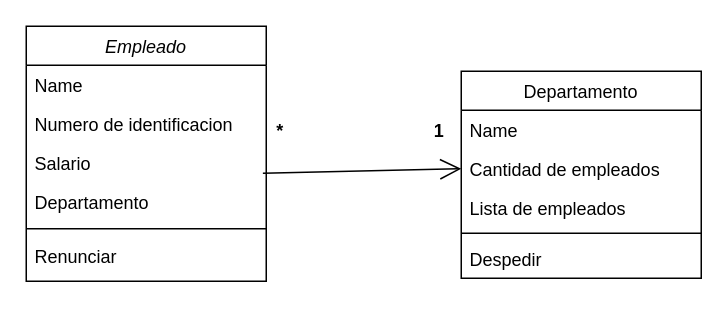
Earlier version of the draw.io diagram SistemadeGestion.drawio (AgustinaFontana/1prueba). Source tidied: cells renumbered, new cells numbered last; positions are measured from the earlier drawing's top-left corner, leaving out a move shared by most shapes. Both pictures are drawn from the tidied source at 150%, with x=0, y=0 at pixel (26, 26).
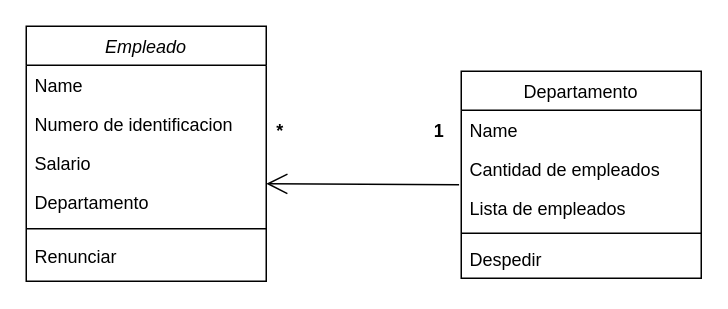
The same diagram, later.

Diff of the diagram source:
```diff
@@
 <mxGraphModel>
   <root>
     <mxCell id="0" />
     <mxCell id="1" parent="0" />
     <mxCell id="2" value="Empleado" style="swimlane;fontStyle=2;align=center;verticalAlign=top;horizontal=1;startSize=26;rounded=0;shadow=0;strokeWidth=1;" parent="1" vertex="1">
       <mxGeometry width="160" height="170" as="geometry" />
     </mxCell>
     <mxCell id="3" value="Name" style="text;align=left;verticalAlign=top;spacingLeft=4;spacingRight=4;overflow=hidden;" parent="2" vertex="1">
       <mxGeometry y="26" width="160" height="26" as="geometry" />
     </mxCell>
     <mxCell id="4" value="Numero de identificacion" style="text;align=left;verticalAlign=top;spacingLeft=4;spacingRight=4;overflow=hidden;rounded=0;shadow=0;html=0;" parent="2" vertex="1">
       <mxGeometry y="52" width="160" height="26" as="geometry" />
     </mxCell>
     <mxCell id="5" value="Salario" style="text;align=left;verticalAlign=top;spacingLeft=4;spacingRight=4;overflow=hidden;points=[[0,0.5],[1,0.5]];portConstraint=eastwest;rounded=0;shadow=0;html=0;" parent="2" vertex="1">
       <mxGeometry y="78" width="160" height="26" as="geometry" />
     </mxCell>
     <mxCell id="6" value="Departamento" style="text;align=left;verticalAlign=top;spacingLeft=4;spacingRight=4;overflow=hidden;rounded=0;shadow=0;html=0;" parent="2" vertex="1">
       <mxGeometry y="104" width="160" height="26" as="geometry" />
     </mxCell>
     <mxCell id="7" style="line;html=1;strokeWidth=1;align=left;verticalAlign=middle;spacingTop=-1;spacingLeft=3;spacingRight=3;labelPosition=right;" parent="2" vertex="1">
       <mxGeometry y="130" width="160" height="10" as="geometry" />
     </mxCell>
     <mxCell id="8" value="Renunciar" style="text;align=left;verticalAlign=top;spacingLeft=4;spacingRight=4;overflow=hidden;rounded=0;shadow=0;html=0;" parent="2" vertex="1">
       <mxGeometry y="140" width="160" height="26" as="geometry" />
     </mxCell>
     <mxCell id="9" value="Departamento" style="swimlane;fontStyle=0;align=center;verticalAlign=top;horizontal=1;startSize=26;rounded=0;shadow=0;strokeWidth=1;" parent="1" vertex="1">
       <mxGeometry x="290" y="30" width="160" height="138" as="geometry" />
     </mxCell>
     <mxCell id="10" value="Name" style="text;align=left;verticalAlign=top;spacingLeft=4;spacingRight=4;overflow=hidden;rounded=0;shadow=0;html=0;" parent="9" vertex="1">
       <mxGeometry y="26" width="160" height="26" as="geometry" />
     </mxCell>
     <mxCell id="11" value="Cantidad de empleados" style="text;align=left;verticalAlign=top;spacingLeft=4;spacingRight=4;overflow=hidden;points=[[0,0.5],[1,0.5]];portConstraint=eastwest;rounded=0;shadow=0;html=0;" parent="9" vertex="1">
       <mxGeometry y="52" width="160" height="26" as="geometry" />
     </mxCell>
     <mxCell id="12" value="Lista de empleados" style="text;align=left;verticalAlign=top;spacingLeft=4;spacingRight=4;overflow=hidden;points=[[0,0.5],[1,0.5]];portConstraint=eastwest;rounded=0;shadow=0;html=0;" parent="9" vertex="1">
       <mxGeometry y="78" width="160" height="26" as="geometry" />
     </mxCell>
     <mxCell id="13" style="line;html=1;strokeWidth=1;align=left;verticalAlign=middle;spacingTop=-1;spacingLeft=3;spacingRight=3;labelPosition=right;" parent="9" vertex="1">
       <mxGeometry y="104" width="160" height="8" as="geometry" />
     </mxCell>
     <mxCell id="14" value="Despedir" style="text;align=left;verticalAlign=top;spacingLeft=4;spacingRight=4;overflow=hidden;rounded=0;shadow=0;html=0;" parent="9" vertex="1">
       <mxGeometry y="112" width="160" height="26" as="geometry" />
     </mxCell>
-    <mxCell id="15" style="endArrow=open;endFill=1;endSize=12;html=1;rounded=0;entryX=0;entryY=0.5;entryDx=0;entryDy=0;exitX=0.986;exitY=0.768;exitDx=0;exitDy=0;exitPerimeter=0;" parent="1" edge="1" source="5" target="11">
-      <mxGeometry relative="1" as="geometry" />
+    <mxCell id="15" style="endArrow=open;endFill=1;endSize=12;html=1;rounded=0;exitX=-0.009;exitY=-0.092;exitDx=0;exitDy=0;exitPerimeter=0;" parent="1" edge="1" source="12">
+      <mxGeometry relative="1" as="geometry">
+        <mxPoint x="160" y="105" as="targetPoint" />
+      </mxGeometry>
     </mxCell>
     <mxCell id="16" value="*" style="text;align=center;fontStyle=1;verticalAlign=middle;spacingLeft=3;spacingRight=3;strokeColor=none;html=1;" parent="1" vertex="1">
       <mxGeometry x="144" y="57" width="50" height="26" as="geometry" />
     </mxCell>
     <mxCell id="17" value="1" style="text;align=center;fontStyle=1;verticalAlign=middle;spacingLeft=3;spacingRight=3;strokeColor=none;html=1;" parent="1" vertex="1">
       <mxGeometry x="250" y="57" width="50" height="26" as="geometry" />
     </mxCell>
   </root>
 </mxGraphModel>
```
